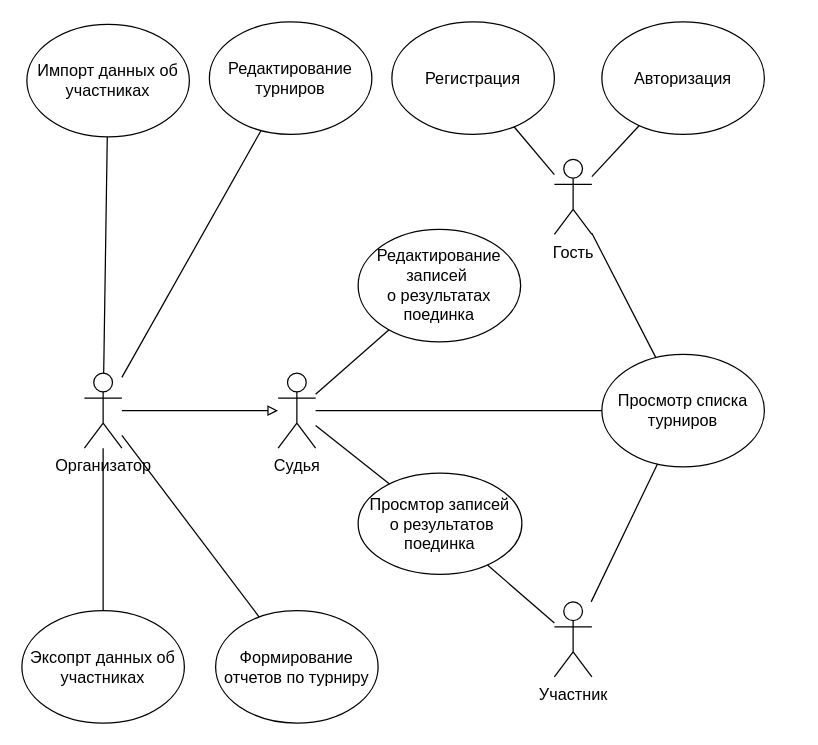
keepish/TournamentManager keeps this draw.io diagram as _.drawio. Above is the earlier version. Source tidied: cells renumbered, new cells numbered last; positions are measured from the earlier drawing's top-left corner, leaving out a move shared by most shapes. Both pictures are drawn from the tidied source at 125%, with x=0, y=0 at pixel (21, 21).
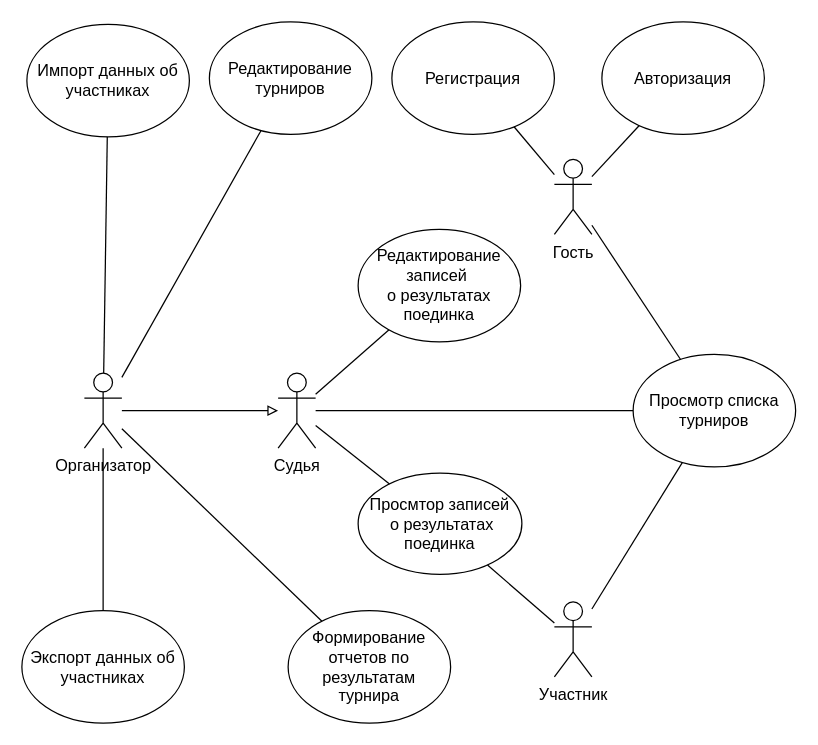
Above is the later version.

What changed in the source:
```diff
@@
     <mxCell id="7" value="Просмотр списка турниров" style="ellipse;whiteSpace=wrap;html=1;fontSize=13;" parent="1" vertex="1">
-      <mxGeometry x="464" y="266" width="130" height="90" as="geometry" />
+      <mxGeometry x="489" y="266" width="130" height="90" as="geometry" />
     </mxCell>
@@
-    <mxCell id="10" value="Эксопрт данных об участниках" style="ellipse;whiteSpace=wrap;html=1;fontSize=13;" parent="1" vertex="1">
+    <mxCell id="10" value="Экспорт данных об участниках" style="ellipse;whiteSpace=wrap;html=1;fontSize=13;" parent="1" vertex="1">
       <mxGeometry y="471" width="130" height="90" as="geometry" />
     </mxCell>
@@
-    <mxCell id="22" value="Просмтор записей&lt;div&gt;&amp;nbsp;о результатов поединка&lt;/div&gt;" style="ellipse;whiteSpace=wrap;html=1;fontSize=13;" parent="1" vertex="1">
+    <mxCell id="22" value="Просмтор записей&lt;div&gt;&amp;nbsp;о результатах поединка&lt;/div&gt;" style="ellipse;whiteSpace=wrap;html=1;fontSize=13;" parent="1" vertex="1">
       <mxGeometry x="269" y="361" width="131" height="81" as="geometry" />
     </mxCell>
-    <mxCell id="23" value="Формирование отчетов по турниру" style="ellipse;whiteSpace=wrap;html=1;fontSize=13;" parent="1" vertex="1">
-      <mxGeometry x="155" y="471" width="130" height="90" as="geometry" />
+    <mxCell id="23" value="Формирование отчетов по результатам&lt;div&gt;турнира&lt;/div&gt;" style="ellipse;whiteSpace=wrap;html=1;fontSize=13;" parent="1" vertex="1">
+      <mxGeometry x="213" y="471" width="130" height="90" as="geometry" />
     </mxCell>
```
